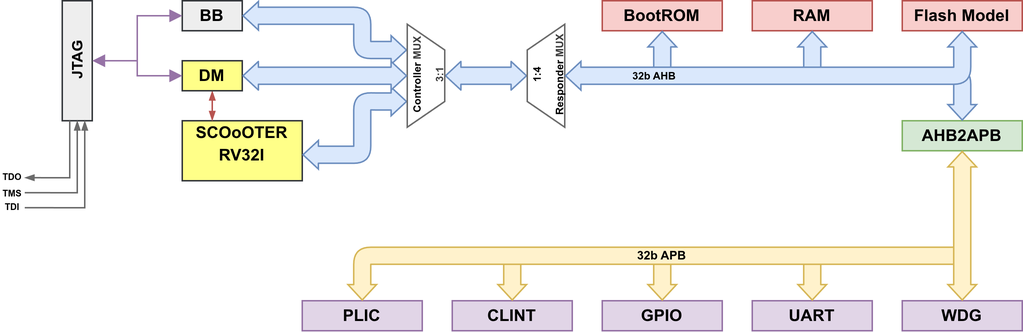
Earlier version of the draw.io export doc/soc.drawio.png (timksf/SCOoOTER-demo). Source tidied: cells renumbered, new cells last; positions are measured from the earlier drawing's top-left corner, leaving out a move shared by most shapes.
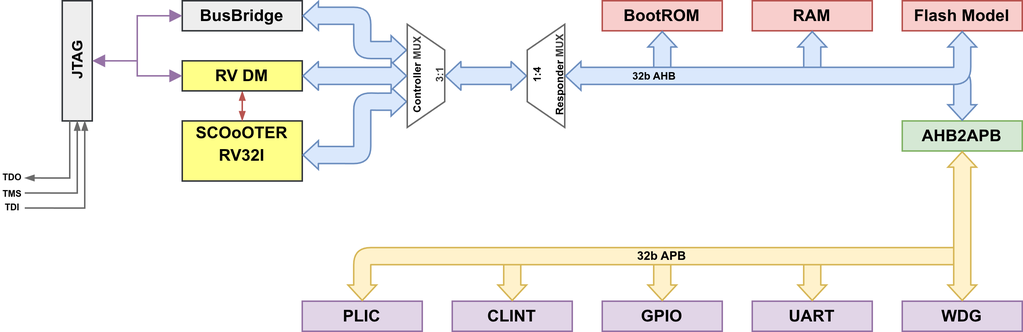
The same file after the commit.

The edit, as a diff of the source:
```diff
@@ -6,7 +6,7 @@
       <mxGeometry x="121" y="80" width="80" height="40" as="geometry" />
     </mxCell>
     <mxCell id="3" style="rounded=0;whiteSpace=wrap;html=1;strokeColor=#36393d;fillColor=#eeeeee;" parent="1" vertex="1">
-      <mxGeometry x="121" width="40" height="20" as="geometry" />
+      <mxGeometry x="121" width="80" height="20" as="geometry" />
     </mxCell>
     <mxCell id="4" style="rounded=0;whiteSpace=wrap;html=1;strokeColor=#36393d;fillColor=#eeeeee;" parent="1" vertex="1">
       <mxGeometry x="41" width="20" height="80" as="geometry" />
@@ -28,17 +28,17 @@
     <mxCell id="8" value="&lt;span style=&quot;font-size: 11px;&quot;&gt;&lt;b&gt;SCOoOTER RV32I&lt;/b&gt;&lt;/span&gt;" style="text;html=1;align=center;verticalAlign=middle;whiteSpace=wrap;rounded=0;rotation=0;" parent="1" vertex="1">
       <mxGeometry x="121" y="88" width="80" height="14.7" as="geometry" />
     </mxCell>
-    <mxCell id="9" style="edgeStyle=none;html=1;exitX=0.5;exitY=1;exitDx=0;exitDy=0;entryX=0.25;entryY=0;entryDx=0;entryDy=0;endArrow=blockThin;endFill=1;startArrow=blockThin;startFill=1;endSize=4;startSize=4;fillColor=#f8cecc;strokeColor=#b85450;" parent="1" edge="1" source="10" target="2">
+    <mxCell id="9" style="edgeStyle=none;html=1;exitX=0.5;exitY=1;exitDx=0;exitDy=0;entryX=0.5;entryY=0;entryDx=0;entryDy=0;endArrow=blockThin;endFill=1;startArrow=blockThin;startFill=1;endSize=4;startSize=4;fillColor=#f8cecc;strokeColor=#b85450;" parent="1" edge="1" source="10" target="2">
       <mxGeometry relative="1" as="geometry" />
     </mxCell>
     <mxCell id="10" style="rounded=0;whiteSpace=wrap;html=1;strokeColor=#36393d;fillColor=#ffff88;" parent="1" vertex="1">
-      <mxGeometry x="121" y="40" width="40" height="20" as="geometry" />
+      <mxGeometry x="121" y="40" width="80" height="20" as="geometry" />
     </mxCell>
-    <mxCell id="11" value="&lt;span style=&quot;font-size: 11px;&quot;&gt;&lt;b&gt;BB&lt;/b&gt;&lt;/span&gt;" style="text;html=1;align=center;verticalAlign=middle;whiteSpace=wrap;rounded=0;rotation=0;" parent="1" vertex="1">
-      <mxGeometry x="131" y="2.6" width="20" height="14.7" as="geometry" />
+    <mxCell id="11" value="&lt;span style=&quot;font-size: 11px;&quot;&gt;&lt;b&gt;BusBridge&lt;/b&gt;&lt;/span&gt;" style="text;html=1;align=center;verticalAlign=middle;whiteSpace=wrap;rounded=0;rotation=0;" parent="1" vertex="1">
+      <mxGeometry x="131" y="2.6" width="60" height="14.7" as="geometry" />
     </mxCell>
-    <mxCell id="12" value="&lt;span style=&quot;font-size: 11px;&quot;&gt;&lt;b&gt;DM&lt;/b&gt;&lt;/span&gt;" style="text;html=1;align=center;verticalAlign=middle;whiteSpace=wrap;rounded=0;rotation=0;" parent="1" vertex="1">
-      <mxGeometry x="131" y="42.6" width="20" height="14.7" as="geometry" />
+    <mxCell id="12" value="&lt;span style=&quot;font-size: 11px;&quot;&gt;&lt;b&gt;RV DM&lt;/b&gt;&lt;/span&gt;" style="text;html=1;align=center;verticalAlign=middle;whiteSpace=wrap;rounded=0;rotation=0;" parent="1" vertex="1">
+      <mxGeometry x="131" y="42.6" width="60" height="14.7" as="geometry" />
     </mxCell>
     <mxCell id="13" style="shape=flexArrow;endArrow=classic;startArrow=classic;html=1;fillColor=#dae8fc;strokeColor=#6c8ebf;width=11.368421052631579;endSize=3.088421052631579;endWidth=6.700228832951945;startWidth=6.700228832951945;startSize=3.088421052631579;edgeStyle=orthogonalEdgeStyle;entryX=1;entryY=1;entryDx=0;entryDy=0;exitX=0;exitY=0.75;exitDx=0;exitDy=0;exitPerimeter=0;" parent="1" edge="1" source="14" target="8">
       <mxGeometry relative="1" as="geometry">
```
